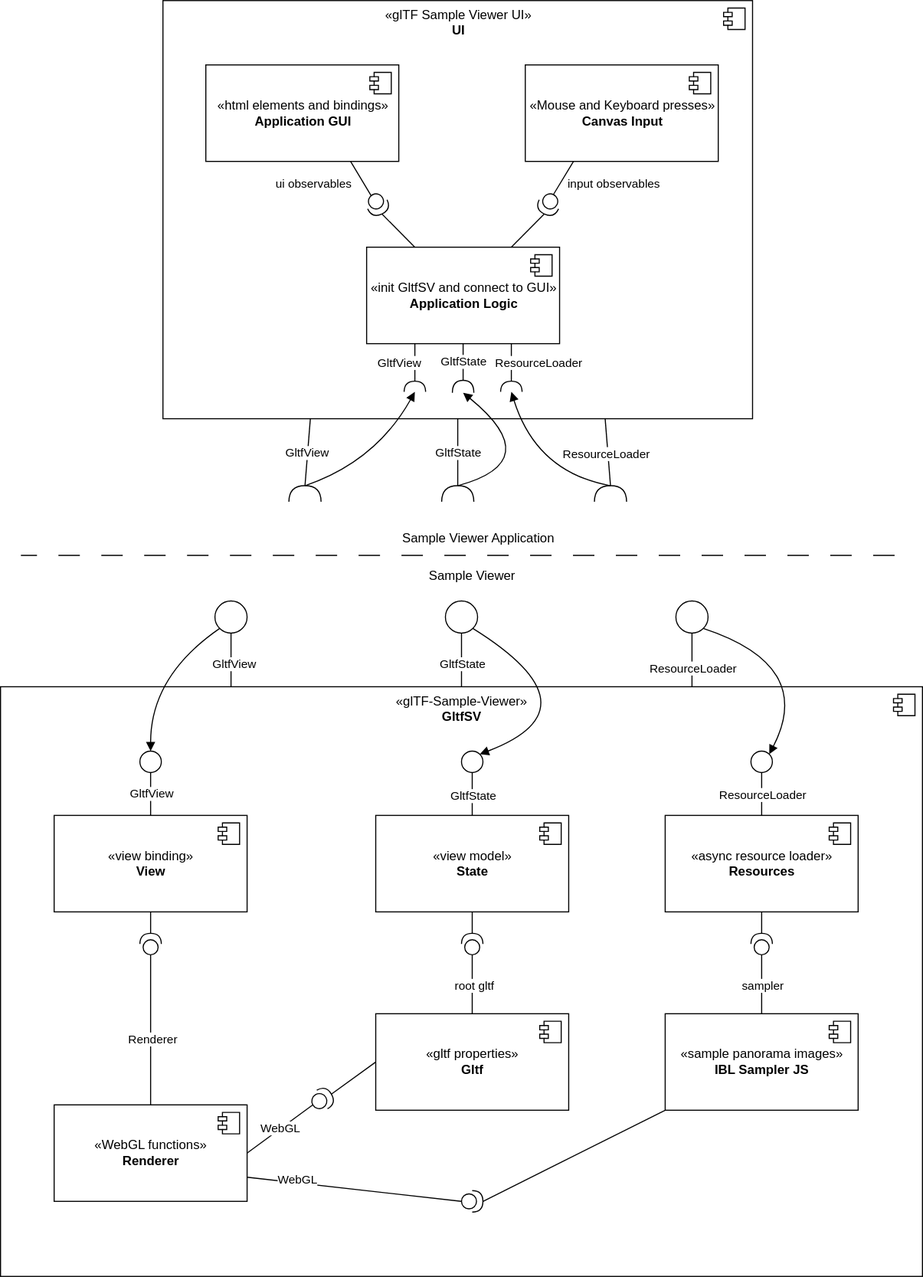
The draw.io diagram documentation/figures/component_diagram.svg in KhronosGroup/glTF-Sample-Viewer, before a commit. Source tidied: cells renumbered, new cells last; positions are measured from the earlier drawing's top-left corner, leaving out a move shared by most shapes.
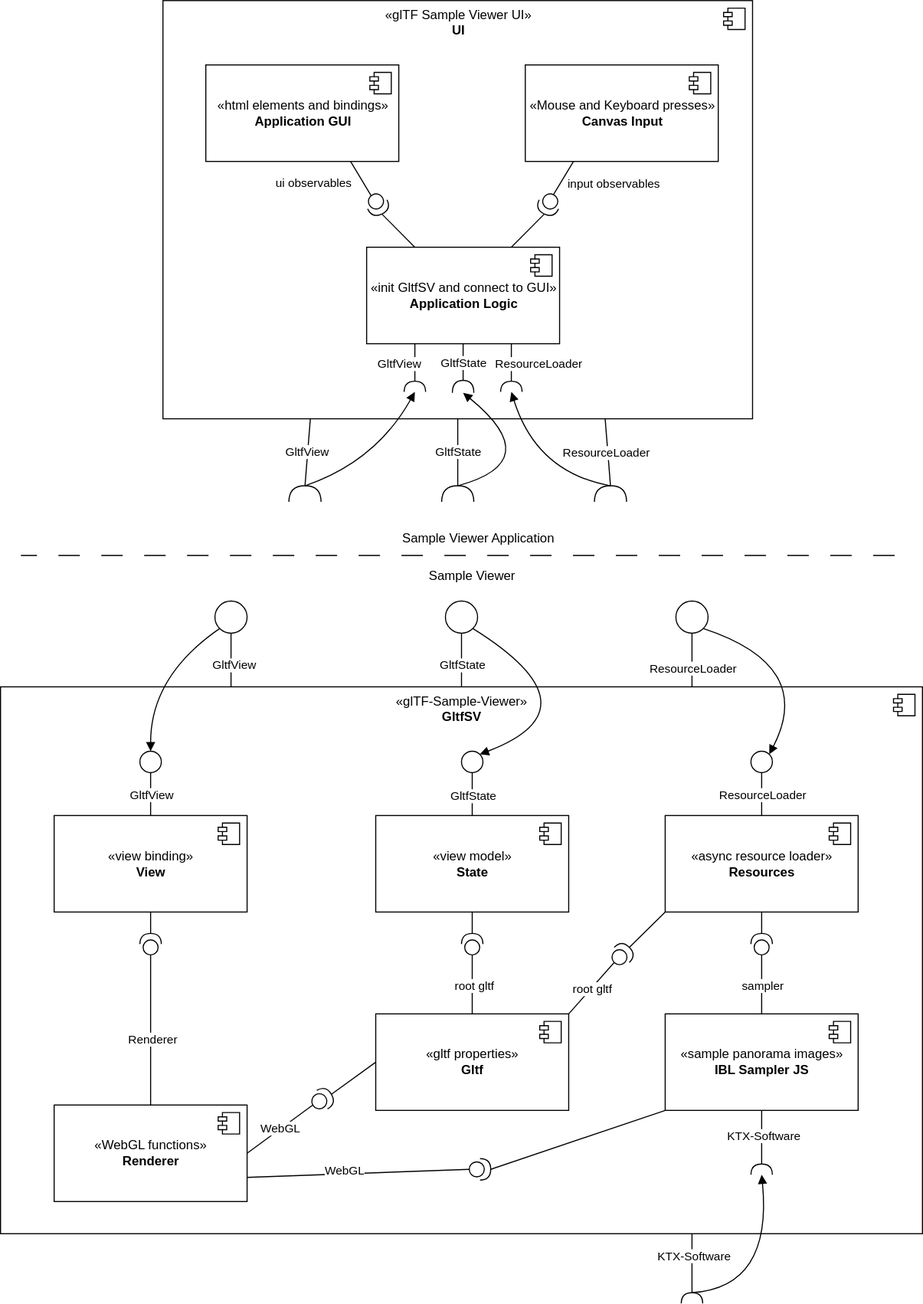
Above is the later version.

Change to the diagram source:
```diff
@@ -8,8 +8,14 @@
     <mxCell id="3" value="GltfView" style="edgeLabel;html=1;align=center;verticalAlign=middle;" parent="2" vertex="1">
       <mxGeometry x="-0.14" y="-2" relative="1" as="geometry" />
     </mxCell>
+    <mxCell id="95" style="edgeStyle=orthogonalEdgeStyle;jettySize=auto;html=1;exitX=0.75;exitY=1;exitDx=0;exitDy=0;entryX=1;entryY=0.5;entryDx=0;entryDy=0;entryPerimeter=0;curved=1;endArrow=none;endFill=0;" parent="1" edge="1" source="4" target="102">
+      <mxGeometry relative="1" as="geometry" />
+    </mxCell>
+    <mxCell id="96" value="KTX-Software" style="edgeLabel;html=1;align=center;verticalAlign=middle;" parent="95" vertex="1">
+      <mxGeometry x="-0.26" y="1" relative="1" as="geometry" />
+    </mxCell>
     <mxCell id="4" value="«glTF-Sample-Viewer»&lt;br&gt;&lt;b&gt;GltfSV&lt;br&gt;&lt;/b&gt;" style="html=1;verticalAlign=top;" parent="1" vertex="1">
-      <mxGeometry y="640" width="860" height="550" as="geometry" />
+      <mxGeometry y="640" width="860" height="510" as="geometry" />
     </mxCell>
     <mxCell id="5" style="shape=module;jettyWidth=8;jettyHeight=4;" parent="4" vertex="1">
       <mxGeometry x="1" width="20" height="20" relative="1" as="geometry">
@@ -73,7 +79,9 @@
       <mxGeometry relative="1" as="geometry" />
     </mxCell>
     <mxCell id="22" value="WebGL" style="edgeLabel;html=1;align=center;verticalAlign=middle;" parent="21" vertex="1">
-      <mxGeometry x="-0.55" y="3" relative="1" as="geometry" />
+      <mxGeometry x="-0.55" y="3" relative="1" as="geometry">
+        <mxPoint x="43.1" y="-2.8" as="offset" />
+      </mxGeometry>
     </mxCell>
     <mxCell id="23" value="«WebGL functions»&lt;br&gt;&lt;b&gt;Renderer&lt;br&gt;&lt;/b&gt;" style="html=1;" parent="1" vertex="1">
       <mxGeometry x="50" y="1030" width="180" height="90" as="geometry" />
@@ -89,9 +97,17 @@
     <mxCell id="26" value="root gltf" style="edgeLabel;html=1;align=center;verticalAlign=middle;" parent="25" vertex="1">
       <mxGeometry y="-1" relative="1" as="geometry" />
     </mxCell>
-    <mxCell id="27" style="edgeStyle=none;jettySize=auto;html=1;exitX=0;exitY=0.5;exitDx=0;exitDy=0;entryX=1;entryY=0.5;entryDx=0;entryDy=0;entryPerimeter=0;endArrow=none;endFill=0;" parent="1" edge="1" source="28" target="56">
-      <mxGeometry relative="1" as="geometry" />
+    <mxCell id="27" style="edgeStyle=none;jettySize=auto;html=1;entryX=1;entryY=0.5;entryDx=0;entryDy=0;entryPerimeter=0;endArrow=none;endFill=0;" parent="1" edge="1" target="56">
+      <mxGeometry relative="1" as="geometry">
+        <mxPoint x="350" y="990" as="sourcePoint" />
+      </mxGeometry>
     </mxCell>
+    <mxCell id="97" style="edgeStyle=none;curved=1;jettySize=auto;html=1;exitX=1;exitY=0;exitDx=0;exitDy=0;entryX=0;entryY=0.5;entryDx=0;entryDy=0;entryPerimeter=0;endArrow=none;endFill=0;" parent="1" edge="1" source="28" target="105">
+      <mxGeometry relative="1" as="geometry" />
+    </mxCell>
+    <mxCell id="98" value="root gltf" style="edgeLabel;html=1;align=center;verticalAlign=middle;" parent="97" vertex="1">
+      <mxGeometry x="-0.01" y="-1" relative="1" as="geometry" />
+    </mxCell>
     <mxCell id="28" value="«gltf properties»&lt;br&gt;&lt;b&gt;Gltf&lt;br&gt;&lt;/b&gt;" style="html=1;" parent="1" vertex="1">
       <mxGeometry x="350" y="945" width="180" height="90" as="geometry" />
     </mxCell>
@@ -106,6 +122,12 @@
     <mxCell id="31" value="sampler" style="edgeLabel;html=1;align=center;verticalAlign=middle;" parent="30" vertex="1">
       <mxGeometry relative="1" as="geometry" />
     </mxCell>
+    <mxCell id="99" style="edgeStyle=orthogonalEdgeStyle;curved=1;jettySize=auto;html=1;exitX=0.5;exitY=1;exitDx=0;exitDy=0;entryX=1;entryY=0.5;entryDx=0;entryDy=0;entryPerimeter=0;endArrow=none;endFill=0;" parent="1" edge="1" source="32" target="103">
+      <mxGeometry relative="1" as="geometry" />
+    </mxCell>
+    <mxCell id="100" value="KTX-Software" style="edgeLabel;html=1;align=center;verticalAlign=middle;" parent="99" vertex="1">
+      <mxGeometry x="-0.08" y="1" relative="1" as="geometry" />
+    </mxCell>
     <mxCell id="32" value="«sample panorama images»&lt;br&gt;&lt;b&gt;IBL Sampler JS&lt;br&gt;&lt;/b&gt;" style="html=1;" parent="1" vertex="1">
       <mxGeometry x="620" y="945" width="180" height="90" as="geometry" />
     </mxCell>
@@ -203,7 +225,7 @@
       <mxGeometry relative="1" as="geometry" />
     </mxCell>
     <mxCell id="58" style="shape=providedRequiredInterface;html=1;verticalLabelPosition=bottom;" parent="1" vertex="1">
-      <mxGeometry x="430" y="1110" width="20" height="20" as="geometry" />
+      <mxGeometry x="437.2" y="1080" width="20" height="20" as="geometry" />
     </mxCell>
     <mxCell id="59" style="edgeStyle=none;jettySize=auto;html=1;exitX=0.25;exitY=1;exitDx=0;exitDy=0;entryX=1;entryY=0.5;entryDx=0;entryDy=0;entryPerimeter=0;endArrow=none;endFill=0;" parent="1" edge="1" source="64" target="90">
       <mxGeometry relative="1" as="geometry" />
@@ -343,5 +365,24 @@
     <mxCell id="94" style="shape=requiredInterface;html=1;verticalLabelPosition=bottom;rotation=-90;" parent="1" vertex="1">
       <mxGeometry x="561.5" y="445" width="15" height="30" as="geometry" />
     </mxCell>
+    <mxCell id="101" style="jettySize=auto;html=1;exitX=1;exitY=0.5;exitDx=0;exitDy=0;exitPerimeter=0;entryX=0;entryY=0.5;entryDx=0;entryDy=0;entryPerimeter=0;endArrow=block;endFill=1;curved=1;" parent="1" edge="1" source="102" target="103">
+      <mxGeometry relative="1" as="geometry">
+        <Array as="points">
+          <mxPoint x="720" y="1200" />
+        </Array>
+      </mxGeometry>
+    </mxCell>
+    <mxCell id="102" style="shape=requiredInterface;html=1;verticalLabelPosition=bottom;rotation=-90;" parent="1" vertex="1">
+      <mxGeometry x="640" y="1200" width="10" height="20" as="geometry" />
+    </mxCell>
+    <mxCell id="103" style="shape=requiredInterface;html=1;verticalLabelPosition=bottom;rotation=-90;" parent="1" vertex="1">
+      <mxGeometry x="705" y="1080" width="10" height="20" as="geometry" />
+    </mxCell>
+    <mxCell id="104" style="edgeStyle=none;curved=1;jettySize=auto;html=1;exitX=1;exitY=0.5;exitDx=0;exitDy=0;exitPerimeter=0;entryX=0;entryY=1;entryDx=0;entryDy=0;endArrow=none;endFill=0;" parent="1" edge="1" source="105" target="17">
+      <mxGeometry relative="1" as="geometry" />
+    </mxCell>
+    <mxCell id="105" style="shape=providedRequiredInterface;html=1;verticalLabelPosition=bottom;rotation=-45;" parent="1" vertex="1">
+      <mxGeometry x="569.5" y="880" width="20" height="20" as="geometry" />
+    </mxCell>
   </root>
 </mxGraphModel>
```
